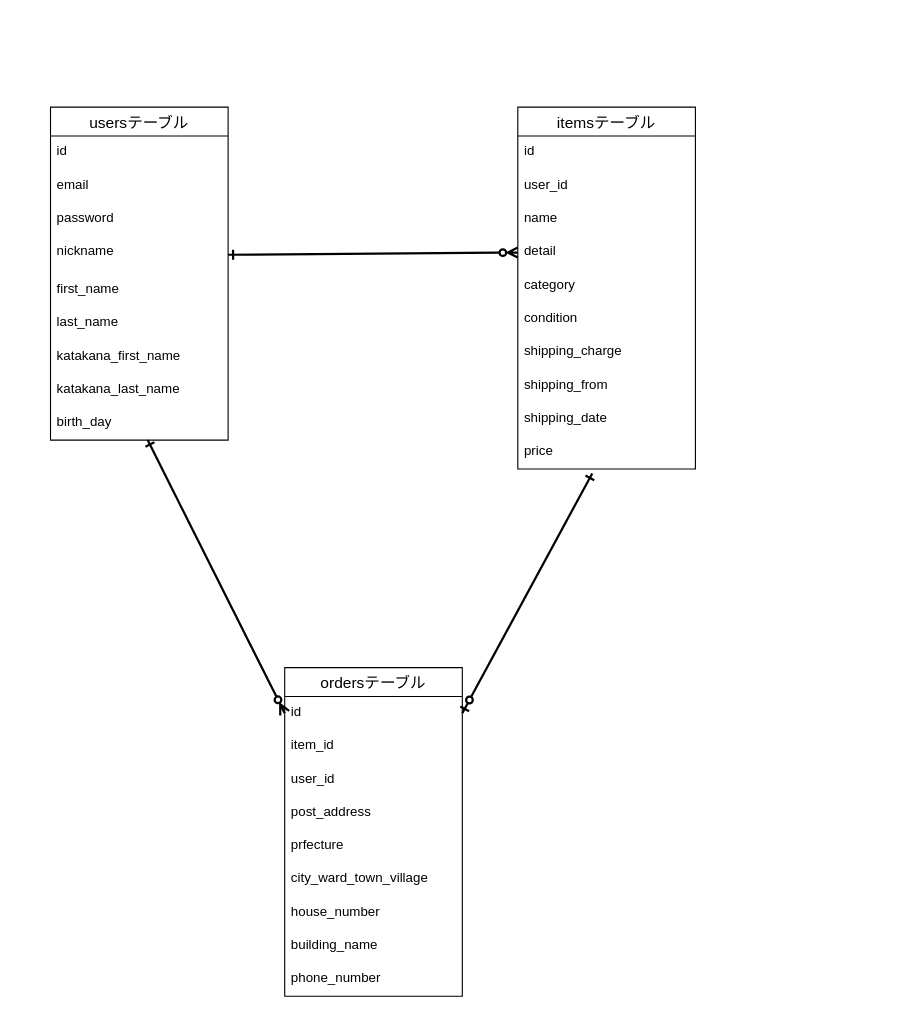
This is db.dio from tjmax76/furima-38705, a draw.io file, before an edit. Source tidied: cells renumbered, new cells numbered last; positions are measured from the earlier drawing's top-left corner, leaving out a move shared by most shapes. Both pictures are drawn from the tidied source at 111%, with x=0, y=0 at pixel (50, 107).
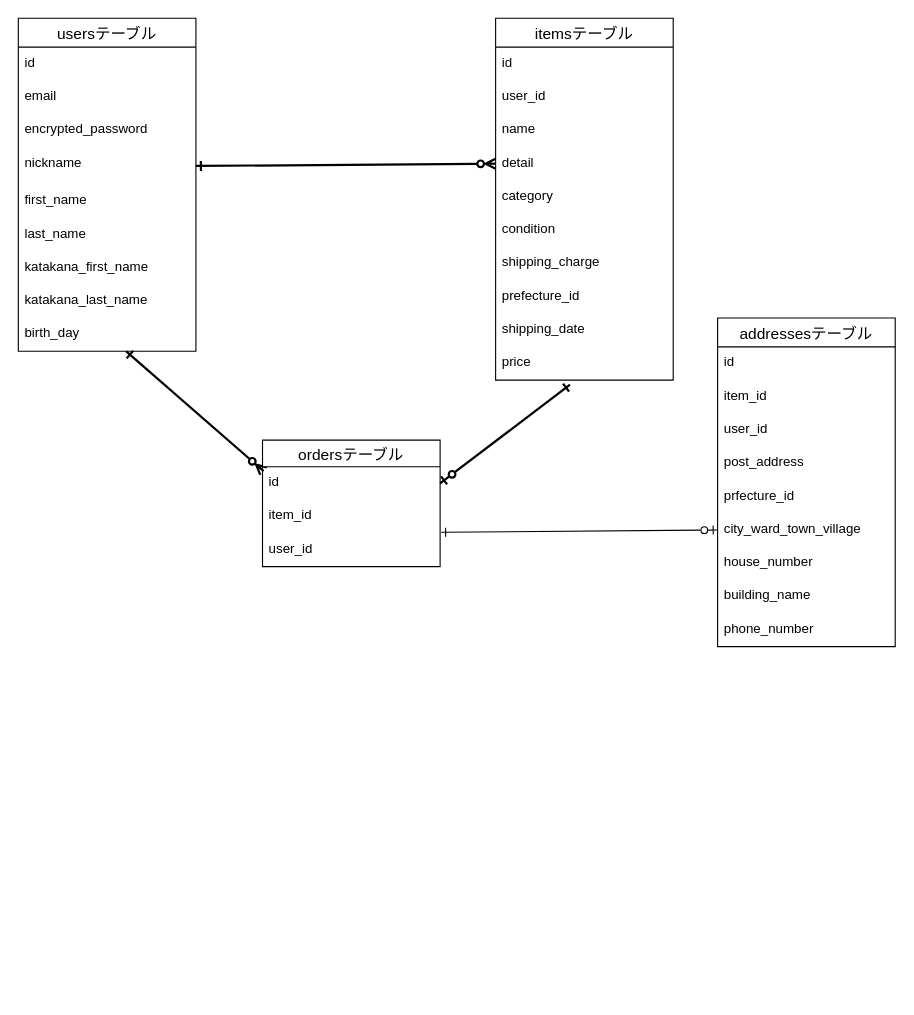
The same page after the edit.

Unchanged cells that the change refers to:
```xml
<mxCell id="11" value="birth_day" style="text;strokeColor=none;fillColor=none;spacingLeft=4;spacingRight=4;overflow=hidden;points=[[0,0.5],[1,0.5]];portConstraint=eastwest;fontSize=12;" parent="2" vertex="1">
  <mxGeometry y="270" width="160" height="30" as="geometry" />
</mxCell>
<mxCell id="22" value="price" style="text;strokeColor=none;fillColor=none;spacingLeft=4;spacingRight=4;overflow=hidden;points=[[0,0.5],[1,0.5]];portConstraint=eastwest;fontSize=12;" parent="12" vertex="1">
  <mxGeometry y="296" width="160" height="30" as="geometry" />
</mxCell>
<mxCell id="24" value="id" style="text;strokeColor=none;fillColor=none;spacingLeft=4;spacingRight=4;overflow=hidden;points=[[0,0.5],[1,0.5]];portConstraint=eastwest;fontSize=12;" parent="23" vertex="1">
  <mxGeometry y="26" width="160" height="30" as="geometry" />
</mxCell>
<mxCell id="29" value="city_ward_town_village" style="text;strokeColor=none;fillColor=none;spacingLeft=4;spacingRight=4;overflow=hidden;points=[[0,0.5],[1,0.5]];portConstraint=eastwest;fontSize=12;" parent="23" vertex="1">
  <mxGeometry y="176" width="160" height="30" as="geometry" />
</mxCell>
```

Diff of the diagram source:
```diff
@@
     <mxCell id="2" value="usersテーブル" style="swimlane;fontStyle=0;horizontal=1;startSize=26;align=center;fontSize=14;" parent="1" vertex="1">
-      <mxGeometry width="160" height="300" as="geometry" />
+      <mxGeometry x="-29" y="-80" width="160" height="300" as="geometry" />
     </mxCell>
@@
-    <mxCell id="5" value="password" style="text;strokeColor=none;fillColor=none;spacingLeft=4;spacingRight=4;overflow=hidden;fontSize=12;" parent="2" vertex="1">
+    <mxCell id="5" value="encrypted_password" style="text;strokeColor=none;fillColor=none;spacingLeft=4;spacingRight=4;overflow=hidden;fontSize=12;" parent="2" vertex="1">
       <mxGeometry y="86" width="160" height="30" as="geometry" />
     </mxCell>
@@
     <mxCell id="12" value="itemsテーブル" style="swimlane;fontStyle=0;horizontal=1;startSize=26;align=center;fontSize=14;" parent="1" vertex="1">
-      <mxGeometry x="421" width="160" height="326" as="geometry" />
+      <mxGeometry x="401" y="-80" width="160" height="326" as="geometry" />
     </mxCell>
@@
-    <mxCell id="20" value="shipping_from" style="text;strokeColor=none;fillColor=none;spacingLeft=4;spacingRight=4;overflow=hidden;fontSize=12;" parent="12" vertex="1">
+    <mxCell id="20" value="prefecture_id" style="text;strokeColor=none;fillColor=none;spacingLeft=4;spacingRight=4;overflow=hidden;fontSize=12;" parent="12" vertex="1">
       <mxGeometry y="236" width="160" height="30" as="geometry" />
     </mxCell>
@@
-    <mxCell id="23" value="ordersテーブル" style="swimlane;fontStyle=0;horizontal=1;startSize=26;align=center;fontSize=14;" parent="1" vertex="1">
-      <mxGeometry x="211" y="505" width="160" height="296" as="geometry" />
+    <mxCell id="23" value="addressesテーブル" style="swimlane;fontStyle=0;horizontal=1;startSize=26;align=center;fontSize=14;" parent="1" vertex="1">
+      <mxGeometry x="601" y="190" width="160" height="296" as="geometry" />
     </mxCell>
@@
-    <mxCell id="28" value="prfecture" style="text;strokeColor=none;fillColor=none;spacingLeft=4;spacingRight=4;overflow=hidden;fontSize=12;" parent="23" vertex="1">
+    <mxCell id="28" value="prfecture_id" style="text;strokeColor=none;fillColor=none;spacingLeft=4;spacingRight=4;overflow=hidden;fontSize=12;" parent="23" vertex="1">
       <mxGeometry y="146" width="160" height="30" as="geometry" />
     </mxCell>
@@
-    <mxCell id="34" style="edgeStyle=none;html=1;exitX=0;exitY=0.5;exitDx=0;exitDy=0;strokeWidth=2;startArrow=ERzeroToMany;startFill=0;endArrow=ERone;endFill=0;" parent="1" edge="1" source="24" target="11">
+    <mxCell id="34" style="edgeStyle=none;html=1;exitX=0.006;exitY=0.133;exitDx=0;exitDy=0;strokeWidth=2;startArrow=ERzeroToMany;startFill=0;endArrow=ERone;endFill=0;exitPerimeter=0;" parent="1" edge="1" source="37" target="11">
       <mxGeometry relative="1" as="geometry" />
     </mxCell>
-    <mxCell id="35" style="edgeStyle=none;html=1;exitX=1;exitY=0.5;exitDx=0;exitDy=0;entryX=0.419;entryY=1.133;entryDx=0;entryDy=0;entryPerimeter=0;strokeWidth=2;startArrow=ERzeroToOne;startFill=0;endArrow=ERone;endFill=0;" parent="1" edge="1" source="24" target="22">
+    <mxCell id="35" style="edgeStyle=none;html=1;exitX=1;exitY=0.5;exitDx=0;exitDy=0;entryX=0.419;entryY=1.133;entryDx=0;entryDy=0;entryPerimeter=0;strokeWidth=2;startArrow=ERzeroToOne;startFill=0;endArrow=ERone;endFill=0;" parent="1" edge="1" source="37" target="22">
       <mxGeometry relative="1" as="geometry" />
     </mxCell>
+    <mxCell id="36" value="ordersテーブル" style="swimlane;fontStyle=0;horizontal=1;startSize=24;align=center;fontSize=14;" parent="1" vertex="1">
+      <mxGeometry x="191" y="300" width="160" height="114" as="geometry" />
+    </mxCell>
+    <mxCell id="37" value="id" style="text;strokeColor=none;fillColor=none;spacingLeft=4;spacingRight=4;overflow=hidden;points=[[0,0.5],[1,0.5]];portConstraint=eastwest;fontSize=12;" parent="36" vertex="1">
+      <mxGeometry y="24" width="160" height="30" as="geometry" />
+    </mxCell>
+    <mxCell id="38" value="item_id" style="text;strokeColor=none;fillColor=none;spacingLeft=4;spacingRight=4;overflow=hidden;fontSize=12;" parent="36" vertex="1">
+      <mxGeometry y="54" width="160" height="30" as="geometry" />
+    </mxCell>
+    <mxCell id="39" value="user_id" style="text;strokeColor=none;fillColor=none;spacingLeft=4;spacingRight=4;overflow=hidden;points=[[0,0.5],[1,0.5]];portConstraint=eastwest;fontSize=12;" parent="36" vertex="1">
+      <mxGeometry y="84" width="160" height="30" as="geometry" />
+    </mxCell>
+    <mxCell id="40" style="edgeStyle=none;html=1;exitX=0;exitY=0.5;exitDx=0;exitDy=0;entryX=1.006;entryY=-0.033;entryDx=0;entryDy=0;entryPerimeter=0;endArrow=ERone;endFill=0;startArrow=ERzeroToOne;startFill=0;" parent="1" edge="1" source="29" target="39">
+      <mxGeometry relative="1" as="geometry" />
+    </mxCell>
```
